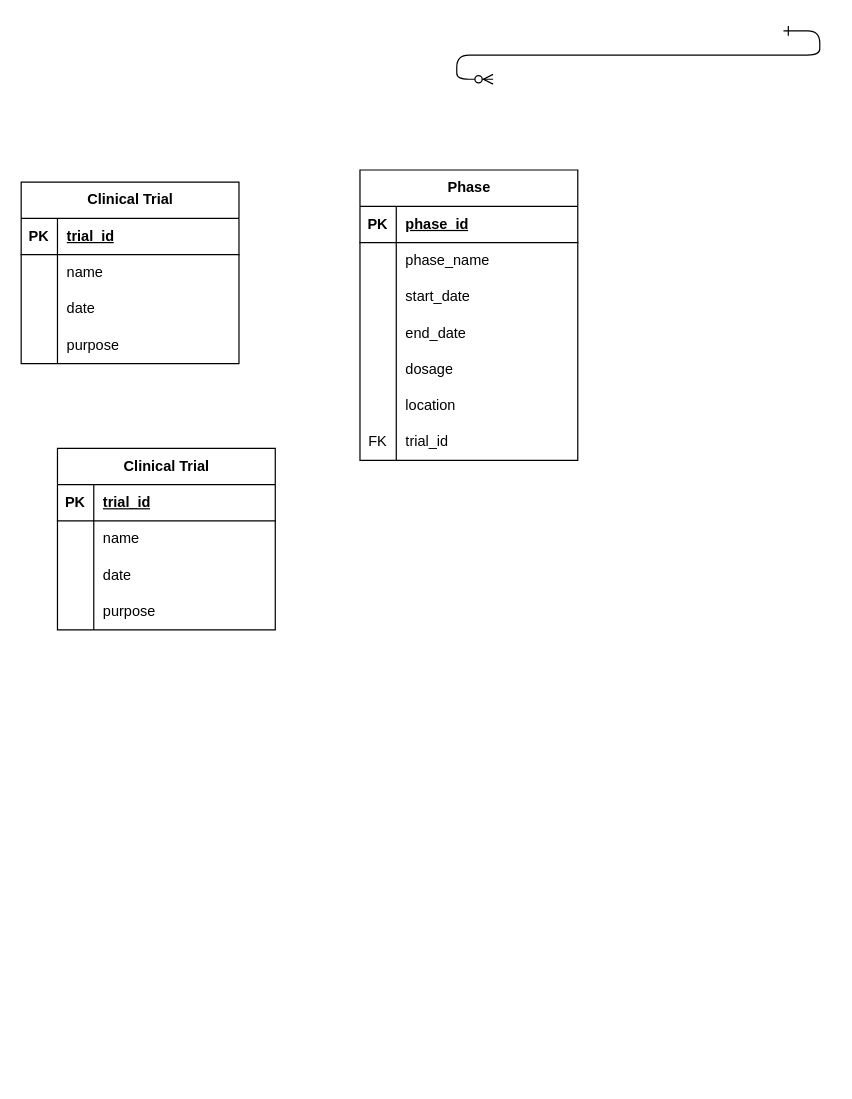
Earlier version of the draw.io diagram 제목 없는 다이어그램.drawio (Daon312/githubtest). Source tidied: cells renumbered, new cells numbered last; positions are measured from the earlier drawing's top-left corner, leaving out a move shared by most shapes. Both pictures are drawn from the tidied source at 121%, with x=0, y=0 at pixel (21, 30).
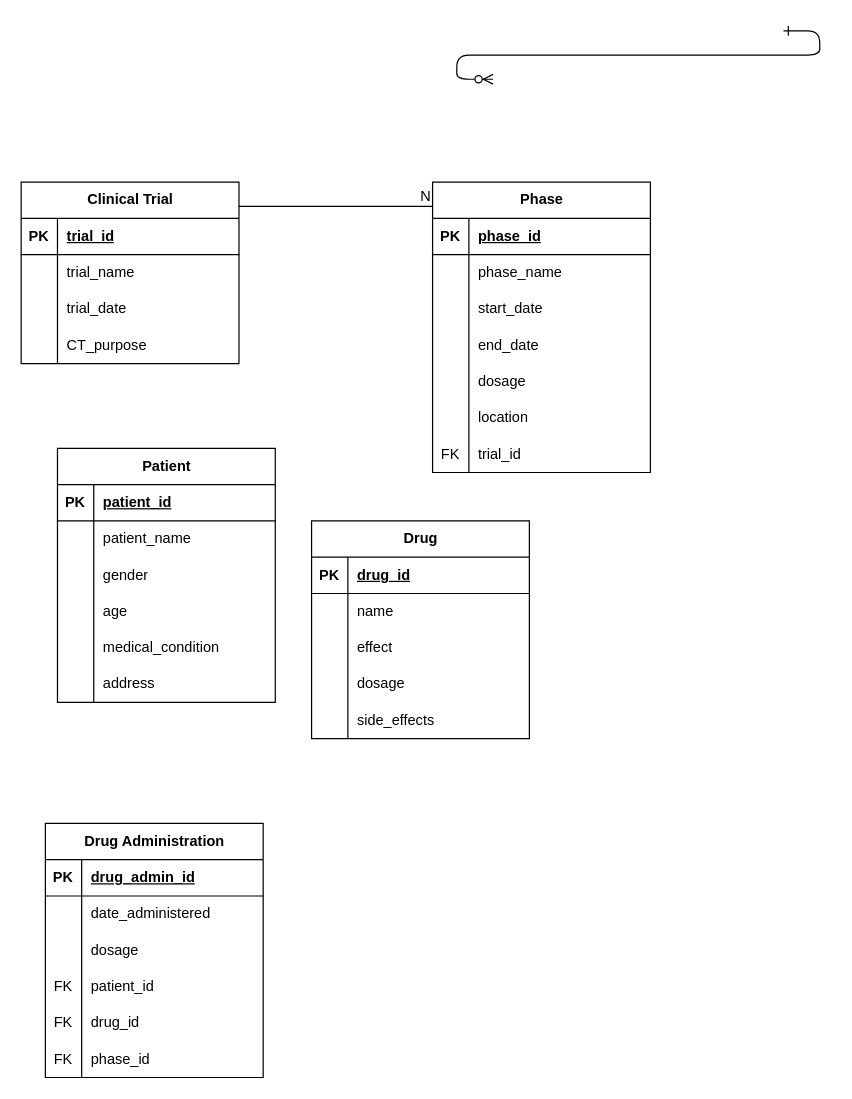
The same page after the edit.

Commit message:
제목 없는 다이어그램.drawio 업데이트

The change refers to these unchanged cells:
```xml
<mxCell id="7" style="shape=tableRow;horizontal=0;startSize=0;swimlaneHead=0;swimlaneBody=0;fillColor=none;top=0;left=0;right=0;bottom=0;" parent="3" vertex="1">
  <mxGeometry y="60" width="180" height="30" as="geometry" />
</mxCell>
<mxCell id="10" style="shape=tableRow;horizontal=0;startSize=0;swimlaneHead=0;swimlaneBody=0;fillColor=none;top=0;left=0;right=0;bottom=0;" parent="3" vertex="1">
  <mxGeometry y="90" width="180" height="30" as="geometry" />
</mxCell>
<mxCell id="13" style="shape=tableRow;horizontal=0;startSize=0;swimlaneHead=0;swimlaneBody=0;fillColor=none;top=0;left=0;right=0;bottom=0;" parent="3" vertex="1">
  <mxGeometry y="120" width="180" height="30" as="geometry" />
</mxCell>
<mxCell id="39" style="shape=tableRow;horizontal=0;startSize=0;swimlaneHead=0;swimlaneBody=0;fillColor=none;top=0;left=0;right=0;bottom=1;" parent="38" vertex="1">
  <mxGeometry y="30" width="180" height="30" as="geometry" />
</mxCell>
<mxCell id="42" style="shape=tableRow;horizontal=0;startSize=0;swimlaneHead=0;swimlaneBody=0;fillColor=none;top=0;left=0;right=0;bottom=0;" parent="38" vertex="1">
  <mxGeometry y="60" width="180" height="30" as="geometry" />
</mxCell>
<mxCell id="45" style="shape=tableRow;horizontal=0;startSize=0;swimlaneHead=0;swimlaneBody=0;fillColor=none;top=0;left=0;right=0;bottom=0;" parent="38" vertex="1">
  <mxGeometry y="90" width="180" height="30" as="geometry" />
</mxCell>
<mxCell id="48" style="shape=tableRow;horizontal=0;startSize=0;swimlaneHead=0;swimlaneBody=0;fillColor=none;top=0;left=0;right=0;bottom=0;" parent="38" vertex="1">
  <mxGeometry y="120" width="180" height="30" as="geometry" />
</mxCell>
```

Diff of the diagram source:
```diff
@@
-    <mxCell id="9" value="name" style="shape=partialRectangle;fillColor=none;top=0;left=0;bottom=0;right=0;align=left;spacingLeft=6;overflow=hidden;whiteSpace=wrap;html=1;" parent="7" vertex="1">
+    <mxCell id="9" value="trial_name" style="shape=partialRectangle;fillColor=none;top=0;left=0;bottom=0;right=0;align=left;spacingLeft=6;overflow=hidden;whiteSpace=wrap;html=1;" parent="7" vertex="1">
       <mxGeometry x="30" width="150" height="30" as="geometry" />
     </mxCell>
@@
-    <mxCell id="12" value="date" style="shape=partialRectangle;fillColor=none;top=0;left=0;bottom=0;right=0;align=left;spacingLeft=6;overflow=hidden;whiteSpace=wrap;html=1;" parent="10" vertex="1">
+    <mxCell id="12" value="trial_date" style="shape=partialRectangle;fillColor=none;top=0;left=0;bottom=0;right=0;align=left;spacingLeft=6;overflow=hidden;whiteSpace=wrap;html=1;" parent="10" vertex="1">
       <mxGeometry x="30" width="150" height="30" as="geometry" />
     </mxCell>
@@
-    <mxCell id="15" value="purpose" style="shape=partialRectangle;fillColor=none;top=0;left=0;bottom=0;right=0;align=left;spacingLeft=6;overflow=hidden;whiteSpace=wrap;html=1;" parent="13" vertex="1">
+    <mxCell id="15" value="CT_purpose" style="shape=partialRectangle;fillColor=none;top=0;left=0;bottom=0;right=0;align=left;spacingLeft=6;overflow=hidden;whiteSpace=wrap;html=1;" parent="13" vertex="1">
       <mxGeometry x="30" width="150" height="30" as="geometry" />
     </mxCell>
     <mxCell id="16" value="Phase" style="shape=table;startSize=30;childLayout=tableLayout;rowLines=0;fontStyle=1;align=center;html=1;" parent="1" vertex="1">
-      <mxGeometry x="280" y="115" width="180" height="240" as="geometry" />
+      <mxGeometry x="340" y="125" width="180" height="240" as="geometry" />
     </mxCell>
@@
-    <mxCell id="38" value="Clinical Trial" style="shape=table;startSize=30;childLayout=tableLayout;rowLines=0;fontStyle=1;align=center;html=1;" parent="1" vertex="1">
-      <mxGeometry x="30" y="345" width="180" height="150" as="geometry" />
+    <mxCell id="38" value="Patient" style="shape=table;startSize=30;childLayout=tableLayout;rowLines=0;fontStyle=1;align=center;html=1;" parent="1" vertex="1">
+      <mxGeometry x="30" y="345" width="180" height="210" as="geometry" />
     </mxCell>
@@
-    <mxCell id="41" value="trial_id" style="shape=partialRectangle;fillColor=none;top=0;left=0;bottom=0;right=0;align=left;spacingLeft=6;fontStyle=5;overflow=hidden;whiteSpace=wrap;html=1;" parent="39" vertex="1">
+    <mxCell id="41" value="patient_id" style="shape=partialRectangle;fillColor=none;top=0;left=0;bottom=0;right=0;align=left;spacingLeft=6;fontStyle=5;overflow=hidden;whiteSpace=wrap;html=1;" parent="39" vertex="1">
       <mxGeometry x="30" width="150" height="30" as="geometry" />
     </mxCell>
@@
-    <mxCell id="44" value="name" style="shape=partialRectangle;fillColor=none;top=0;left=0;bottom=0;right=0;align=left;spacingLeft=6;overflow=hidden;whiteSpace=wrap;html=1;" parent="42" vertex="1">
+    <mxCell id="44" value="patient_name" style="shape=partialRectangle;fillColor=none;top=0;left=0;bottom=0;right=0;align=left;spacingLeft=6;overflow=hidden;whiteSpace=wrap;html=1;" parent="42" vertex="1">
       <mxGeometry x="30" width="150" height="30" as="geometry" />
     </mxCell>
@@
-    <mxCell id="47" value="date" style="shape=partialRectangle;fillColor=none;top=0;left=0;bottom=0;right=0;align=left;spacingLeft=6;overflow=hidden;whiteSpace=wrap;html=1;" parent="45" vertex="1">
+    <mxCell id="47" value="gender" style="shape=partialRectangle;fillColor=none;top=0;left=0;bottom=0;right=0;align=left;spacingLeft=6;overflow=hidden;whiteSpace=wrap;html=1;" parent="45" vertex="1">
       <mxGeometry x="30" width="150" height="30" as="geometry" />
     </mxCell>
@@
-    <mxCell id="50" value="purpose" style="shape=partialRectangle;fillColor=none;top=0;left=0;bottom=0;right=0;align=left;spacingLeft=6;overflow=hidden;whiteSpace=wrap;html=1;" parent="48" vertex="1">
+    <mxCell id="50" value="age" style="shape=partialRectangle;fillColor=none;top=0;left=0;bottom=0;right=0;align=left;spacingLeft=6;overflow=hidden;whiteSpace=wrap;html=1;" parent="48" vertex="1">
       <mxGeometry x="30" width="150" height="30" as="geometry" />
     </mxCell>
+    <mxCell id="51" style="shape=tableRow;horizontal=0;startSize=0;swimlaneHead=0;swimlaneBody=0;fillColor=none;top=0;left=0;right=0;bottom=0;" parent="38" vertex="1">
+      <mxGeometry y="150" width="180" height="30" as="geometry" />
+    </mxCell>
+    <mxCell id="52" style="shape=partialRectangle;fillColor=none;top=0;left=0;bottom=0;right=0;overflow=hidden;whiteSpace=wrap;html=1;" parent="51" vertex="1">
+      <mxGeometry width="30" height="30" as="geometry" />
+    </mxCell>
+    <mxCell id="53" value="medical_condition" style="shape=partialRectangle;fillColor=none;top=0;left=0;bottom=0;right=0;align=left;spacingLeft=6;overflow=hidden;whiteSpace=wrap;html=1;" parent="51" vertex="1">
+      <mxGeometry x="30" width="150" height="30" as="geometry" />
+    </mxCell>
+    <mxCell id="54" style="shape=tableRow;horizontal=0;startSize=0;swimlaneHead=0;swimlaneBody=0;fillColor=none;top=0;left=0;right=0;bottom=0;" parent="38" vertex="1">
+      <mxGeometry y="180" width="180" height="30" as="geometry" />
+    </mxCell>
+    <mxCell id="55" style="shape=partialRectangle;fillColor=none;top=0;left=0;bottom=0;right=0;overflow=hidden;whiteSpace=wrap;html=1;" parent="54" vertex="1">
+      <mxGeometry width="30" height="30" as="geometry" />
+    </mxCell>
+    <mxCell id="56" value="address" style="shape=partialRectangle;fillColor=none;top=0;left=0;bottom=0;right=0;align=left;spacingLeft=6;overflow=hidden;whiteSpace=wrap;html=1;" parent="54" vertex="1">
+      <mxGeometry x="30" width="150" height="30" as="geometry" />
+    </mxCell>
+    <mxCell id="57" value="Drug" style="shape=table;startSize=30;childLayout=tableLayout;rowLines=0;fontStyle=1;align=center;html=1;" parent="1" vertex="1">
+      <mxGeometry x="240" y="405" width="180" height="180" as="geometry" />
+    </mxCell>
+    <mxCell id="58" style="shape=tableRow;horizontal=0;startSize=0;swimlaneHead=0;swimlaneBody=0;fillColor=none;top=0;left=0;right=0;bottom=1;" parent="57" vertex="1">
+      <mxGeometry y="30" width="180" height="30" as="geometry" />
+    </mxCell>
+    <mxCell id="59" value="PK" style="shape=partialRectangle;fillColor=none;top=0;left=0;bottom=0;right=0;fontStyle=1;overflow=hidden;whiteSpace=wrap;html=1;" parent="58" vertex="1">
+      <mxGeometry width="30" height="30" as="geometry" />
+    </mxCell>
+    <mxCell id="60" value="drug_id" style="shape=partialRectangle;fillColor=none;top=0;left=0;bottom=0;right=0;align=left;spacingLeft=6;fontStyle=5;overflow=hidden;whiteSpace=wrap;html=1;" parent="58" vertex="1">
+      <mxGeometry x="30" width="150" height="30" as="geometry" />
+    </mxCell>
+    <mxCell id="61" style="shape=tableRow;horizontal=0;startSize=0;swimlaneHead=0;swimlaneBody=0;fillColor=none;top=0;left=0;right=0;bottom=0;" parent="57" vertex="1">
+      <mxGeometry y="60" width="180" height="30" as="geometry" />
+    </mxCell>
+    <mxCell id="62" style="shape=partialRectangle;fillColor=none;top=0;left=0;bottom=0;right=0;overflow=hidden;whiteSpace=wrap;html=1;" parent="61" vertex="1">
+      <mxGeometry width="30" height="30" as="geometry" />
+    </mxCell>
+    <mxCell id="63" value="name" style="shape=partialRectangle;fillColor=none;top=0;left=0;bottom=0;right=0;align=left;spacingLeft=6;overflow=hidden;whiteSpace=wrap;html=1;" parent="61" vertex="1">
+      <mxGeometry x="30" width="150" height="30" as="geometry" />
+    </mxCell>
+    <mxCell id="64" style="shape=tableRow;horizontal=0;startSize=0;swimlaneHead=0;swimlaneBody=0;fillColor=none;top=0;left=0;right=0;bottom=0;" parent="57" vertex="1">
+      <mxGeometry y="90" width="180" height="30" as="geometry" />
+    </mxCell>
+    <mxCell id="65" style="shape=partialRectangle;fillColor=none;top=0;left=0;bottom=0;right=0;overflow=hidden;whiteSpace=wrap;html=1;" parent="64" vertex="1">
+      <mxGeometry width="30" height="30" as="geometry" />
+    </mxCell>
+    <mxCell id="66" value="effect" style="shape=partialRectangle;fillColor=none;top=0;left=0;bottom=0;right=0;align=left;spacingLeft=6;overflow=hidden;whiteSpace=wrap;html=1;" parent="64" vertex="1">
+      <mxGeometry x="30" width="150" height="30" as="geometry" />
+    </mxCell>
+    <mxCell id="67" style="shape=tableRow;horizontal=0;startSize=0;swimlaneHead=0;swimlaneBody=0;fillColor=none;top=0;left=0;right=0;bottom=0;" parent="57" vertex="1">
+      <mxGeometry y="120" width="180" height="30" as="geometry" />
+    </mxCell>
+    <mxCell id="68" style="shape=partialRectangle;fillColor=none;top=0;left=0;bottom=0;right=0;overflow=hidden;whiteSpace=wrap;html=1;" parent="67" vertex="1">
+      <mxGeometry width="30" height="30" as="geometry" />
+    </mxCell>
+    <mxCell id="69" value="dosage" style="shape=partialRectangle;fillColor=none;top=0;left=0;bottom=0;right=0;align=left;spacingLeft=6;overflow=hidden;whiteSpace=wrap;html=1;" parent="67" vertex="1">
+      <mxGeometry x="30" width="150" height="30" as="geometry" />
+    </mxCell>
+    <mxCell id="70" style="shape=tableRow;horizontal=0;startSize=0;swimlaneHead=0;swimlaneBody=0;fillColor=none;top=0;left=0;right=0;bottom=0;" parent="57" vertex="1">
+      <mxGeometry y="150" width="180" height="30" as="geometry" />
+    </mxCell>
+    <mxCell id="71" style="shape=partialRectangle;fillColor=none;top=0;left=0;bottom=0;right=0;overflow=hidden;whiteSpace=wrap;html=1;" parent="70" vertex="1">
+      <mxGeometry width="30" height="30" as="geometry" />
+    </mxCell>
+    <mxCell id="72" value="side_effects" style="shape=partialRectangle;fillColor=none;top=0;left=0;bottom=0;right=0;align=left;spacingLeft=6;overflow=hidden;whiteSpace=wrap;html=1;" parent="70" vertex="1">
+      <mxGeometry x="30" width="150" height="30" as="geometry" />
+    </mxCell>
+    <mxCell id="73" value="Drug Administration" style="shape=table;startSize=30;childLayout=tableLayout;rowLines=0;fontStyle=1;align=center;html=1;" parent="1" vertex="1">
+      <mxGeometry x="20" y="655" width="180" height="210" as="geometry" />
+    </mxCell>
+    <mxCell id="74" style="shape=tableRow;horizontal=0;startSize=0;swimlaneHead=0;swimlaneBody=0;fillColor=none;top=0;left=0;right=0;bottom=1;" parent="73" vertex="1">
+      <mxGeometry y="30" width="180" height="30" as="geometry" />
+    </mxCell>
+    <mxCell id="75" value="PK" style="shape=partialRectangle;fillColor=none;top=0;left=0;bottom=0;right=0;fontStyle=1;overflow=hidden;whiteSpace=wrap;html=1;" parent="74" vertex="1">
+      <mxGeometry width="30" height="30" as="geometry" />
+    </mxCell>
+    <mxCell id="76" value="drug_admin_id" style="shape=partialRectangle;fillColor=none;top=0;left=0;bottom=0;right=0;align=left;spacingLeft=6;fontStyle=5;overflow=hidden;whiteSpace=wrap;html=1;" parent="74" vertex="1">
+      <mxGeometry x="30" width="150" height="30" as="geometry" />
+    </mxCell>
+    <mxCell id="77" style="shape=tableRow;horizontal=0;startSize=0;swimlaneHead=0;swimlaneBody=0;fillColor=none;top=0;left=0;right=0;bottom=0;" parent="73" vertex="1">
+      <mxGeometry y="60" width="180" height="30" as="geometry" />
+    </mxCell>
+    <mxCell id="78" style="shape=partialRectangle;fillColor=none;top=0;left=0;bottom=0;right=0;overflow=hidden;whiteSpace=wrap;html=1;" parent="77" vertex="1">
+      <mxGeometry width="30" height="30" as="geometry" />
+    </mxCell>
+    <mxCell id="79" value="date_administered" style="shape=partialRectangle;fillColor=none;top=0;left=0;bottom=0;right=0;align=left;spacingLeft=6;overflow=hidden;whiteSpace=wrap;html=1;" parent="77" vertex="1">
+      <mxGeometry x="30" width="150" height="30" as="geometry" />
+    </mxCell>
+    <mxCell id="80" style="shape=tableRow;horizontal=0;startSize=0;swimlaneHead=0;swimlaneBody=0;fillColor=none;top=0;left=0;right=0;bottom=0;" parent="73" vertex="1">
+      <mxGeometry y="90" width="180" height="30" as="geometry" />
+    </mxCell>
+    <mxCell id="81" style="shape=partialRectangle;fillColor=none;top=0;left=0;bottom=0;right=0;overflow=hidden;whiteSpace=wrap;html=1;" parent="80" vertex="1">
+      <mxGeometry width="30" height="30" as="geometry" />
+    </mxCell>
+    <mxCell id="82" value="dosage" style="shape=partialRectangle;fillColor=none;top=0;left=0;bottom=0;right=0;align=left;spacingLeft=6;overflow=hidden;whiteSpace=wrap;html=1;" parent="80" vertex="1">
+      <mxGeometry x="30" width="150" height="30" as="geometry" />
+    </mxCell>
+    <mxCell id="83" style="shape=tableRow;horizontal=0;startSize=0;swimlaneHead=0;swimlaneBody=0;fillColor=none;top=0;left=0;right=0;bottom=0;" parent="73" vertex="1">
+      <mxGeometry y="120" width="180" height="30" as="geometry" />
+    </mxCell>
+    <mxCell id="84" value="FK" style="shape=partialRectangle;fillColor=none;top=0;left=0;bottom=0;right=0;overflow=hidden;whiteSpace=wrap;html=1;" parent="83" vertex="1">
+      <mxGeometry width="30" height="30" as="geometry" />
+    </mxCell>
+    <mxCell id="85" value="patient_id" style="shape=partialRectangle;fillColor=none;top=0;left=0;bottom=0;right=0;align=left;spacingLeft=6;overflow=hidden;whiteSpace=wrap;html=1;" parent="83" vertex="1">
+      <mxGeometry x="30" width="150" height="30" as="geometry" />
+    </mxCell>
+    <mxCell id="86" style="shape=tableRow;horizontal=0;startSize=0;swimlaneHead=0;swimlaneBody=0;fillColor=none;top=0;left=0;right=0;bottom=0;" parent="73" vertex="1">
+      <mxGeometry y="150" width="180" height="30" as="geometry" />
+    </mxCell>
+    <mxCell id="87" value="FK" style="shape=partialRectangle;fillColor=none;top=0;left=0;bottom=0;right=0;overflow=hidden;whiteSpace=wrap;html=1;" parent="86" vertex="1">
+      <mxGeometry width="30" height="30" as="geometry" />
+    </mxCell>
+    <mxCell id="88" value="drug_id" style="shape=partialRectangle;fillColor=none;top=0;left=0;bottom=0;right=0;align=left;spacingLeft=6;overflow=hidden;whiteSpace=wrap;html=1;" parent="86" vertex="1">
+      <mxGeometry x="30" width="150" height="30" as="geometry" />
+    </mxCell>
+    <mxCell id="89" style="shape=tableRow;horizontal=0;startSize=0;swimlaneHead=0;swimlaneBody=0;fillColor=none;top=0;left=0;right=0;bottom=0;" parent="73" vertex="1">
+      <mxGeometry y="180" width="180" height="30" as="geometry" />
+    </mxCell>
+    <mxCell id="90" value="FK" style="shape=partialRectangle;fillColor=none;top=0;left=0;bottom=0;right=0;overflow=hidden;whiteSpace=wrap;html=1;" parent="89" vertex="1">
+      <mxGeometry width="30" height="30" as="geometry" />
+    </mxCell>
+    <mxCell id="91" value="phase_id" style="shape=partialRectangle;fillColor=none;top=0;left=0;bottom=0;right=0;align=left;spacingLeft=6;overflow=hidden;whiteSpace=wrap;html=1;" parent="89" vertex="1">
+      <mxGeometry x="30" width="150" height="30" as="geometry" />
+    </mxCell>
+    <mxCell id="92" style="endArrow=none;html=1;rounded=0;fontSize=12;startSize=8;endSize=8;curved=1;" parent="1" edge="1">
+      <mxGeometry relative="1" as="geometry">
+        <mxPoint x="180" y="145" as="sourcePoint" />
+        <mxPoint x="340" y="145" as="targetPoint" />
+      </mxGeometry>
+    </mxCell>
+    <mxCell id="93" value="N" style="html=1;whiteSpace=wrap;align=right;verticalAlign=bottom;" parent="92" vertex="1">
+      <mxGeometry x="1" relative="1" as="geometry" />
+    </mxCell>
```
